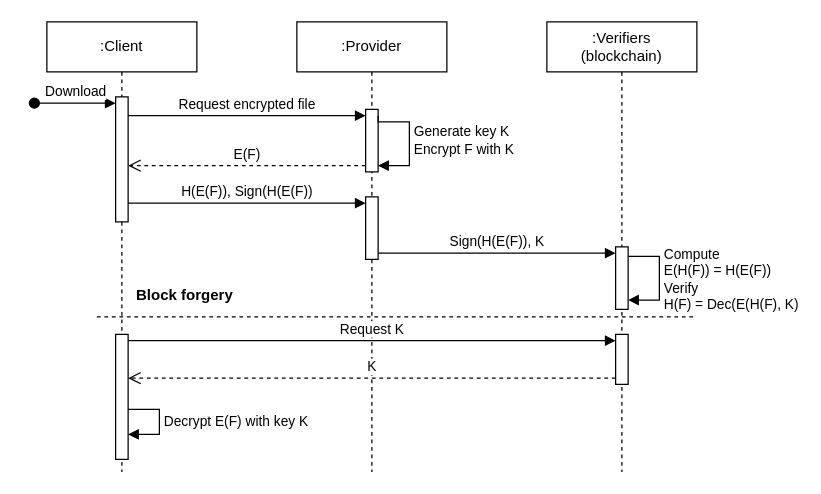
Before: docs/diagrams/fhe-pdpr-seq.drawio in titosilva/drm-blockchain, a draw.io diagram. Source tidied: cells renumbered, new cells numbered last; positions are measured from the earlier drawing's top-left corner, leaving out a move shared by most shapes. Both pictures are drawn from the tidied source at 125%, with x=0, y=0 at pixel (34, 21).
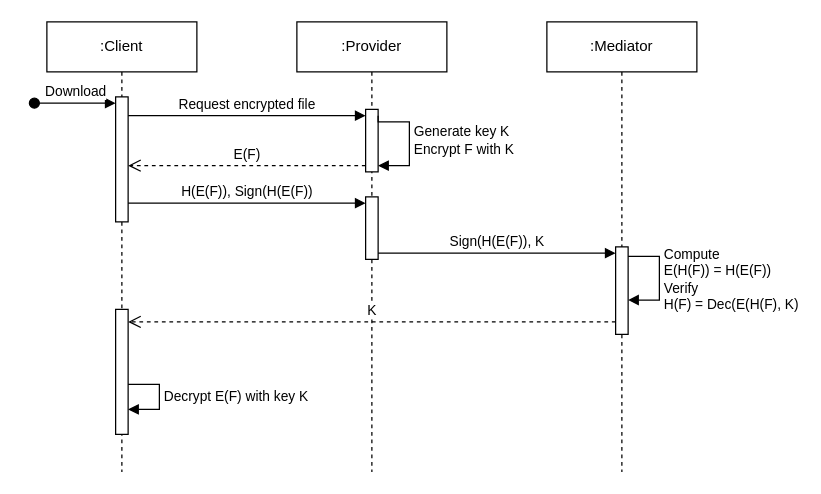
Above is the later version.

The change refers to these unchanged cells:
```xml
<mxCell id="6" value=":Client" style="shape=umlLifeline;perimeter=lifelinePerimeter;whiteSpace=wrap;html=1;newEdgeStyle={&quot;edgeStyle&quot;:&quot;elbowEdgeStyle&quot;,&quot;elbow&quot;:&quot;vertical&quot;,&quot;curved&quot;:0,&quot;rounded&quot;:0};" parent="1" vertex="1">
  <mxGeometry x="10" width="120" height="360" as="geometry" />
</mxCell>
```

The edit, as a diff of the source:
```diff
@@
+    <mxCell id="20" style="html=1;points=[[0,0,0,0,5],[0,1,0,0,-5],[1,0,0,0,5],[1,1,0,0,-5]];perimeter=orthogonalPerimeter;outlineConnect=0;targetShapes=umlLifeline;portConstraint=eastwest;newEdgeStyle={&quot;curved&quot;:0,&quot;rounded&quot;:0};" parent="6" vertex="1">
+      <mxGeometry x="55" y="230" width="10" height="100" as="geometry" />
+    </mxCell>
+    <mxCell id="22" value="Decrypt E(F) with key K" style="html=1;align=left;spacingLeft=2;endArrow=block;rounded=0;edgeStyle=orthogonalEdgeStyle;curved=0;rounded=0;" parent="6" edge="1">
+      <mxGeometry relative="1" as="geometry">
+        <mxPoint x="65" y="290" as="sourcePoint" />
+        <mxPoint x="65" y="310" as="targetPoint" />
+        <Array as="points">
+          <mxPoint x="90" y="290" />
+          <mxPoint x="90" y="310" />
+        </Array>
+      </mxGeometry>
+    </mxCell>
-    <mxCell id="8" value=":Verifiers&lt;br&gt;(blockchain)" style="shape=umlLifeline;perimeter=lifelinePerimeter;whiteSpace=wrap;html=1;newEdgeStyle={&quot;edgeStyle&quot;:&quot;elbowEdgeStyle&quot;,&quot;elbow&quot;:&quot;vertical&quot;,&quot;curved&quot;:0,&quot;rounded&quot;:0};" parent="1" vertex="1">
+    <mxCell id="8" value=":Mediator" style="shape=umlLifeline;perimeter=lifelinePerimeter;whiteSpace=wrap;html=1;newEdgeStyle={&quot;edgeStyle&quot;:&quot;elbowEdgeStyle&quot;,&quot;elbow&quot;:&quot;vertical&quot;,&quot;curved&quot;:0,&quot;rounded&quot;:0};" parent="1" vertex="1">
       <mxGeometry x="410" width="120" height="360" as="geometry" />
     </mxCell>
     <mxCell id="9" style="html=1;points=[[0,0,0,0,5],[0,1,0,0,-5],[1,0,0,0,5],[1,1,0,0,-5]];perimeter=orthogonalPerimeter;outlineConnect=0;targetShapes=umlLifeline;portConstraint=eastwest;newEdgeStyle={&quot;curved&quot;:0,&quot;rounded&quot;:0};" parent="8" vertex="1">
-      <mxGeometry x="55" y="180" width="10" height="50" as="geometry" />
+      <mxGeometry x="55" y="180" width="10" height="70" as="geometry" />
     </mxCell>
@@
-    <mxCell id="11" style="html=1;points=[[0,0,0,0,5],[0,1,0,0,-5],[1,0,0,0,5],[1,1,0,0,-5]];perimeter=orthogonalPerimeter;outlineConnect=0;targetShapes=umlLifeline;portConstraint=eastwest;newEdgeStyle={&quot;curved&quot;:0,&quot;rounded&quot;:0};" parent="8" vertex="1">
-      <mxGeometry x="55" y="250" width="10" height="40" as="geometry" />
-    </mxCell>
@@
-    <mxCell id="17" style="line;strokeWidth=1;fillColor=none;align=left;verticalAlign=middle;spacingTop=-1;spacingLeft=3;spacingRight=3;labelPosition=right;strokeColor=inherit;dashed=1;" parent="1" vertex="1">
-      <mxGeometry x="50" y="232" width="480" height="8" as="geometry" />
-    </mxCell>
-    <mxCell id="18" value="Block forgery" style="text;align=center;fontStyle=1;verticalAlign=middle;spacingLeft=3;spacingRight=3;strokeColor=none;html=1;" parent="1" vertex="1">
-      <mxGeometry x="80" y="206" width="80" height="26" as="geometry" />
-    </mxCell>
-    <mxCell id="19" value="Request K" style="html=1;verticalAlign=bottom;endArrow=block;curved=0;rounded=0;entryX=0;entryY=0;entryDx=0;entryDy=5;exitX=1;exitY=0;exitDx=0;exitDy=5;exitPerimeter=0;" parent="1" edge="1" source="20" target="11">
-      <mxGeometry relative="1" as="geometry" />
-    </mxCell>
-    <mxCell id="20" style="html=1;points=[[0,0,0,0,5],[0,1,0,0,-5],[1,0,0,0,5],[1,1,0,0,-5]];perimeter=orthogonalPerimeter;outlineConnect=0;targetShapes=umlLifeline;portConstraint=eastwest;newEdgeStyle={&quot;curved&quot;:0,&quot;rounded&quot;:0};" parent="1" vertex="1">
-      <mxGeometry x="65" y="250" width="10" height="100" as="geometry" />
-    </mxCell>
-    <mxCell id="21" value="K" style="html=1;verticalAlign=bottom;endArrow=open;dashed=1;endSize=8;curved=0;rounded=0;exitX=0;exitY=1;exitDx=0;exitDy=-5;" parent="1" edge="1" source="11" target="20">
-      <mxGeometry relative="1" as="geometry" />
+    <mxCell id="21" value="K" style="html=1;verticalAlign=bottom;endArrow=open;dashed=1;endSize=8;curved=0;rounded=0;exitX=0;exitY=1;exitDx=0;exitDy=-5;" parent="1" edge="1">
+      <mxGeometry relative="1" as="geometry">
+        <mxPoint x="465" y="240" as="sourcePoint" />
+        <mxPoint x="75" y="240" as="targetPoint" />
+      </mxGeometry>
     </mxCell>
-    <mxCell id="22" value="Decrypt E(F) with key K" style="html=1;align=left;spacingLeft=2;endArrow=block;rounded=0;edgeStyle=orthogonalEdgeStyle;curved=0;rounded=0;" parent="1" edge="1">
-      <mxGeometry relative="1" as="geometry">
-        <mxPoint x="75" y="310" as="sourcePoint" />
-        <mxPoint x="75" y="330" as="targetPoint" />
-        <Array as="points">
-          <mxPoint x="100" y="310" />
-          <mxPoint x="100" y="330" />
-        </Array>
-      </mxGeometry>
-    </mxCell>
```
